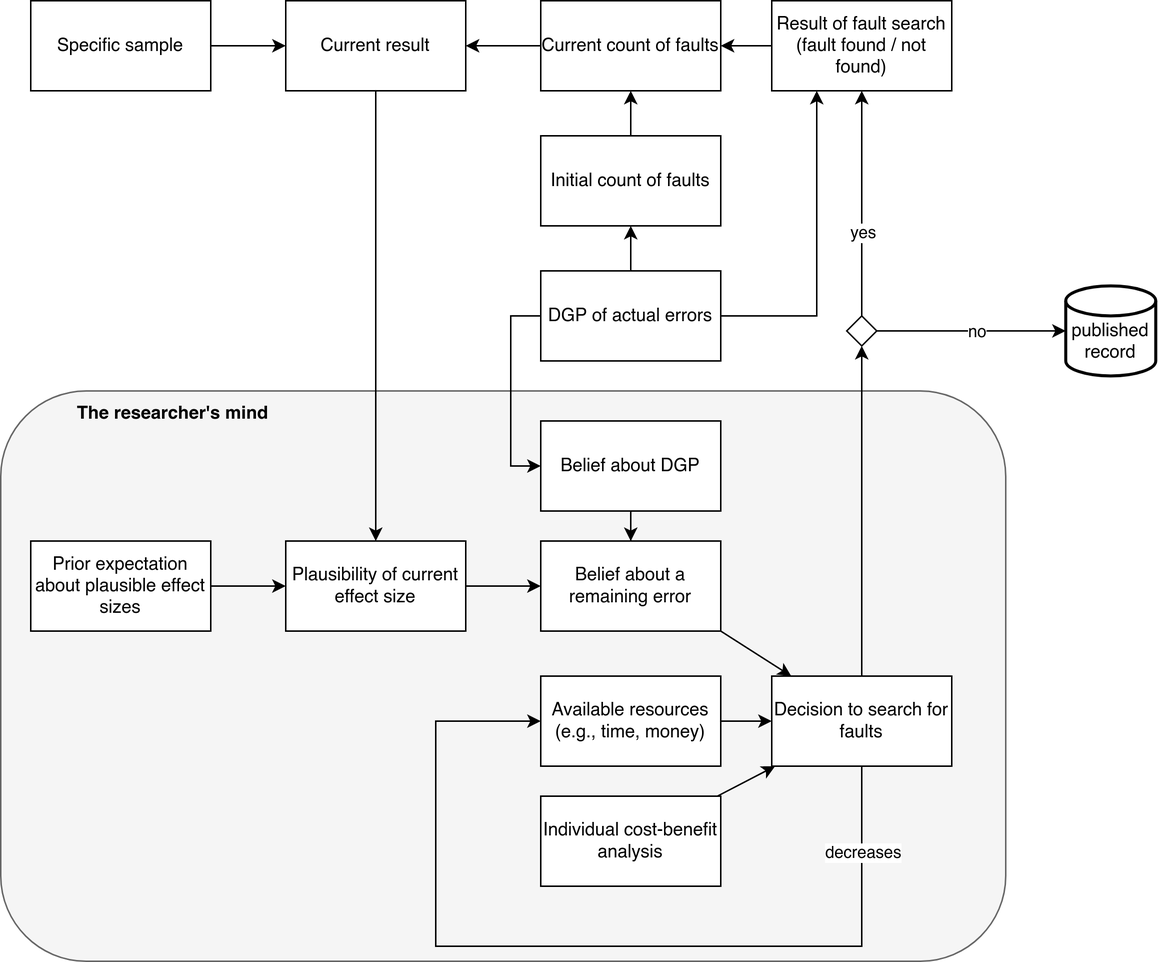
nicebread/scientific_errors keeps this draw.io diagram as scientific_errors_VAST.drawio.png. Above is the earlier version. Source tidied: cells renumbered, new cells last; positions are measured from the earlier drawing's top-left corner, leaving out a move shared by most shapes.
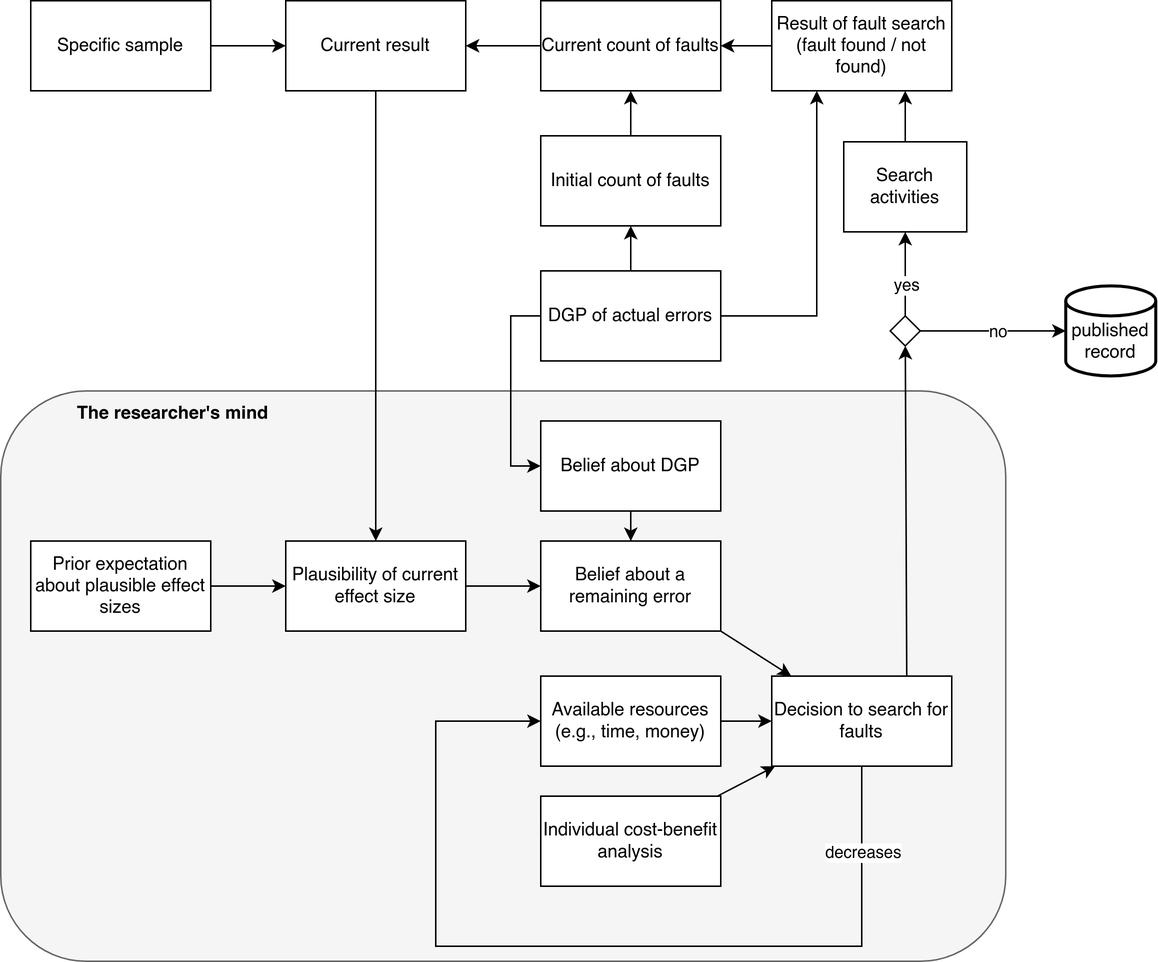
Later version of the same file.

Diff of the diagram source:
```diff
@@ -62,7 +62,7 @@
     <mxCell id="19" value="Result of fault search&lt;br&gt;(fault found / not found)" style="rounded=0;whiteSpace=wrap;html=1;" parent="1" vertex="1">
       <mxGeometry x="514" width="120" height="60" as="geometry" />
     </mxCell>
-    <mxCell id="20" style="endArrow=classic;html=1;rounded=0;" parent="1" edge="1" source="33" target="19">
+    <mxCell id="20" style="endArrow=classic;html=1;rounded=0;" parent="1" edge="1" source="33" target="43">
       <mxGeometry relative="1" as="geometry" />
     </mxCell>
     <mxCell id="21" value="yes" style="edgeLabel;html=1;align=center;verticalAlign=middle;" parent="20" vertex="1">
@@ -104,11 +104,11 @@
         <mxPoint y="-1" as="offset" />
       </mxGeometry>
     </mxCell>
-    <mxCell id="32" style="endArrow=classic;html=1;rounded=0;" parent="1" edge="1" source="8" target="33">
+    <mxCell id="32" style="endArrow=classic;html=1;rounded=0;exitX=0.75;exitY=0;exitDx=0;exitDy=0;" parent="1" edge="1" source="8" target="33">
       <mxGeometry relative="1" as="geometry" />
     </mxCell>
     <mxCell id="33" style="rhombus;whiteSpace=wrap;html=1;" parent="1" vertex="1">
-      <mxGeometry x="564" y="210" width="20" height="20" as="geometry" />
+      <mxGeometry x="593" y="210" width="20" height="20" as="geometry" />
     </mxCell>
     <mxCell id="34" style="edgeStyle=none;orthogonalLoop=1;jettySize=auto;html=1;rounded=0;" parent="1" edge="1">
       <mxGeometry relative="1" as="geometry">
@@ -137,5 +137,16 @@
     <mxCell id="41" value="Current count of faults" style="rounded=0;whiteSpace=wrap;html=1;" parent="1" vertex="1">
       <mxGeometry x="360" width="120" height="60" as="geometry" />
     </mxCell>
+    <mxCell id="42" style="edgeStyle=orthogonalEdgeStyle;rounded=0;jettySize=auto;html=1;" parent="1" edge="1" source="43" target="19">
+      <mxGeometry relative="1" as="geometry">
+        <Array as="points">
+          <mxPoint x="603" y="70" />
+          <mxPoint x="603" y="70" />
+        </Array>
+      </mxGeometry>
+    </mxCell>
+    <mxCell id="43" value="Search activities" style="rounded=0;whiteSpace=wrap;html=1;" parent="1" vertex="1">
+      <mxGeometry x="562" y="94" width="82" height="60" as="geometry" />
+    </mxCell>
   </root>
 </mxGraphModel>
```
